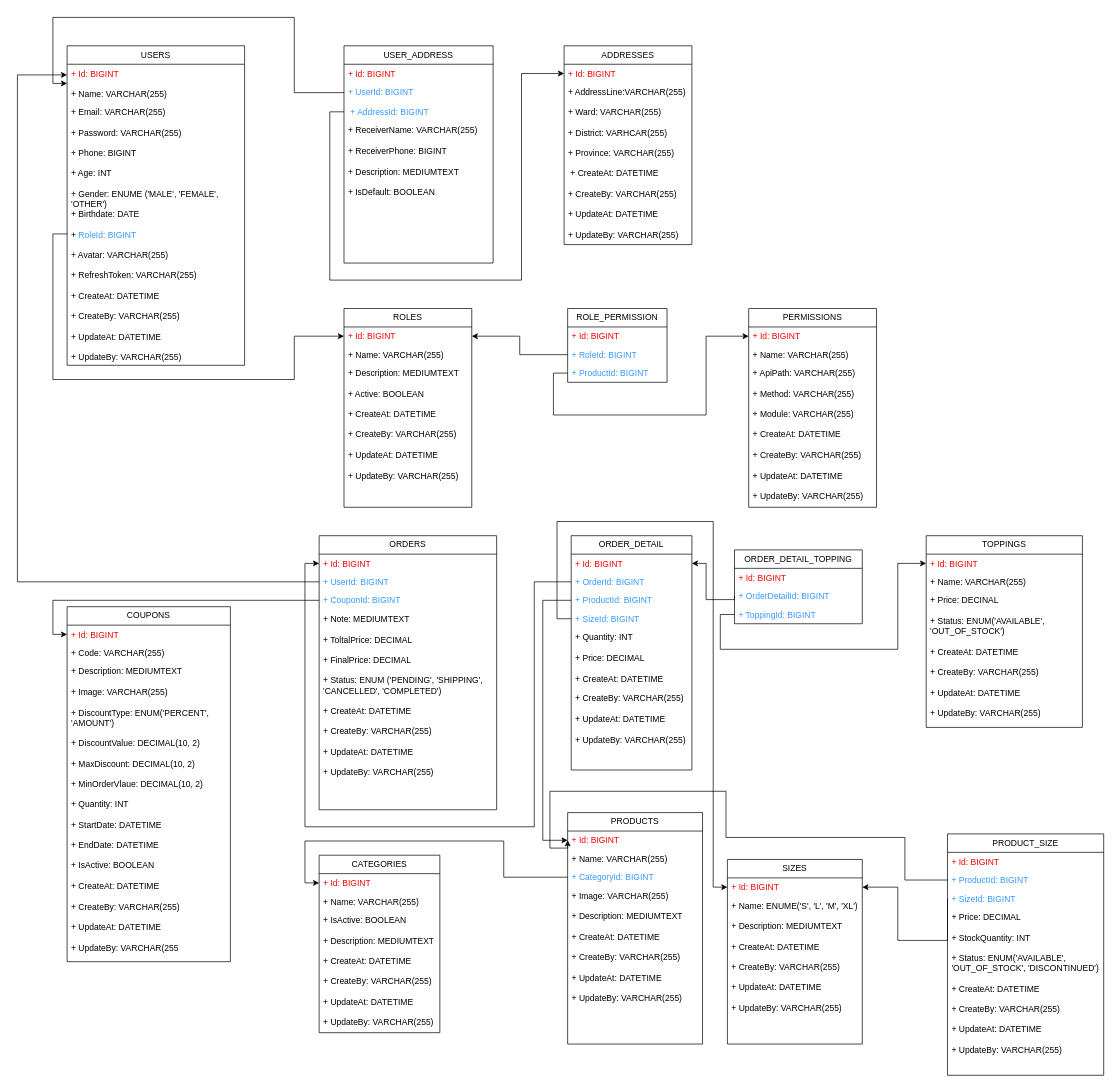
This is page "Page-1" (2 of 5) of Untitled Diagram.drawio from TrinhHoa-23520508/class-diagram, a draw.io file, before an edit. Source tidied: cells renumbered, new cells numbered last; positions are measured from the earlier drawing's top-left corner, leaving out a move shared by most shapes. Both pictures are drawn from the tidied source at 71%, with x=0, y=0 at pixel (17, 17).
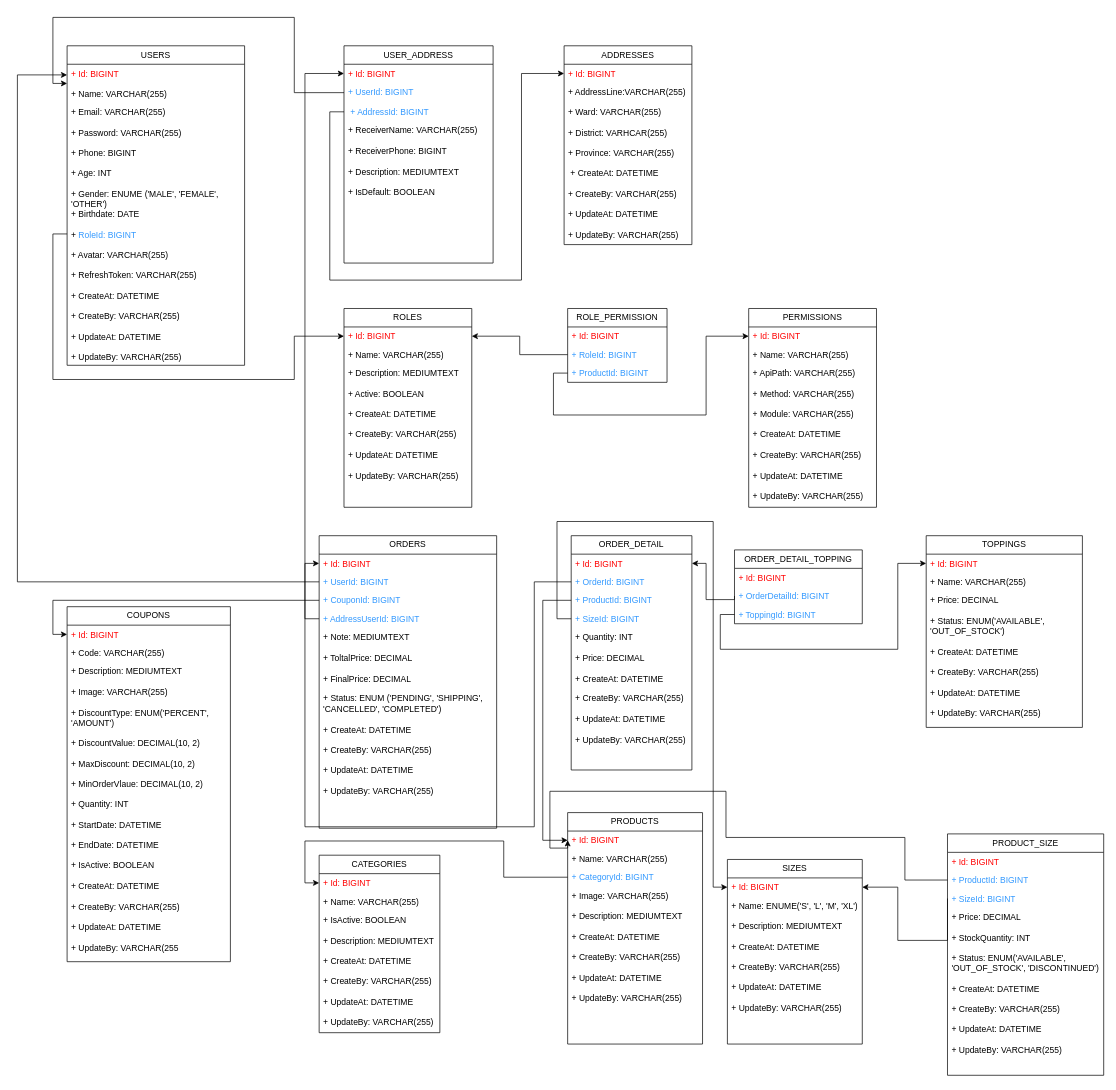
The same page after the edit.

Unchanged cells that the change refers to:
```xml
<mxCell id="54" value="&lt;span style=&quot;color: rgb(255, 0, 0);&quot;&gt;+ Id: BIGINT&lt;/span&gt;" style="text;strokeColor=none;fillColor=none;align=left;verticalAlign=top;spacingLeft=4;spacingRight=4;overflow=hidden;points=[[0,0.5],[1,0.5]];portConstraint=eastwest;whiteSpace=wrap;html=1;" parent="53" vertex="1">
  <mxGeometry y="26" width="210" height="26" as="geometry" />
</mxCell>
```

Diff of the diagram source:
```diff
@@
     <mxCell id="26" value="ORDERS" style="swimlane;fontStyle=0;horizontal=1;startSize=26;fillColor=none;whiteSpace=wrap;html=1;" parent="1" vertex="1">
-      <mxGeometry x="425" y="730" width="250" height="386" as="geometry" />
+      <mxGeometry x="425" y="730" width="250" height="412" as="geometry" />
     </mxCell>
@@
+    <mxCell id="81" value="&lt;font style=&quot;color: rgb(51, 153, 255);&quot;&gt;+ AddressUserId: BIGINT&lt;/font&gt;" style="text;strokeColor=none;fillColor=none;align=left;verticalAlign=top;spacingLeft=4;spacingRight=4;overflow=hidden;points=[[0,0.5],[1,0.5]];portConstraint=eastwest;whiteSpace=wrap;html=1;" parent="26" vertex="1">
+      <mxGeometry y="104" width="250" height="26" as="geometry" />
+    </mxCell>
     <mxCell id="30" value="&lt;div&gt;+ Note: MEDIUMTEXT&lt;/div&gt;&lt;div&gt;&lt;br&gt;&lt;/div&gt;+ ToltalPrice: DECIMAL&lt;div&gt;&lt;br&gt;&lt;/div&gt;&lt;div&gt;+ FinalPrice: DECIMAL&lt;br&gt;&lt;div&gt;&lt;br&gt;&lt;/div&gt;&lt;div&gt;+ Status: ENUM ('PENDING', 'SHIPPING', 'CANCELLED', 'COMPLETED')&lt;/div&gt;&lt;div&gt;&lt;br&gt;&lt;/div&gt;&lt;div&gt;&lt;div&gt;+ CreateAt: DATETIME&lt;/div&gt;&lt;div&gt;&lt;br&gt;&lt;/div&gt;&lt;div&gt;+ CreateBy: VARCHAR(255)&lt;/div&gt;&lt;div&gt;&lt;br&gt;&lt;/div&gt;&lt;div&gt;+ UpdateAt: DATETIME&lt;/div&gt;&lt;div&gt;&lt;br&gt;&lt;/div&gt;&lt;div&gt;+ UpdateBy: VARCHAR(255)&lt;/div&gt;&lt;/div&gt;&lt;/div&gt;" style="text;strokeColor=none;fillColor=none;align=left;verticalAlign=top;spacingLeft=4;spacingRight=4;overflow=hidden;whiteSpace=wrap;html=1;" parent="26" vertex="1">
-      <mxGeometry y="104" width="250" height="282" as="geometry" />
+      <mxGeometry y="130" width="250" height="282" as="geometry" />
     </mxCell>
@@
+    <mxCell id="82" style="edgeStyle=orthogonalEdgeStyle;rounded=0;jettySize=auto;html=1;exitX=0;exitY=0.5;exitDx=0;exitDy=0;entryX=0;entryY=0.5;entryDx=0;entryDy=0;" parent="1" edge="1" source="81" target="54">
+      <mxGeometry relative="1" as="geometry" />
+    </mxCell>
```
